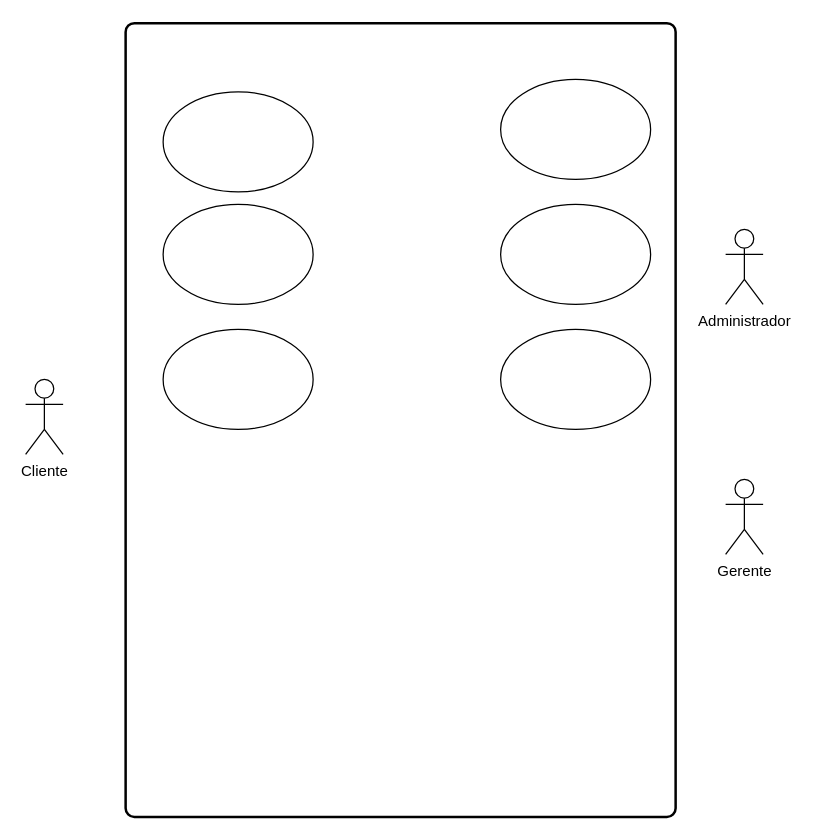
This is page "Casos de uso" (2 of 3) of apresentação dia 20/Sistema de Fármacia.drawio from LordKz/DiagramasDeRequisitos, a draw.io file, before an edit. Source tidied: cells renumbered, new cells numbered last; positions are measured from the earlier drawing's top-left corner, leaving out a move shared by most shapes. Both pictures are drawn from the tidied source at 125%, with x=0, y=0 at pixel (25, 22).
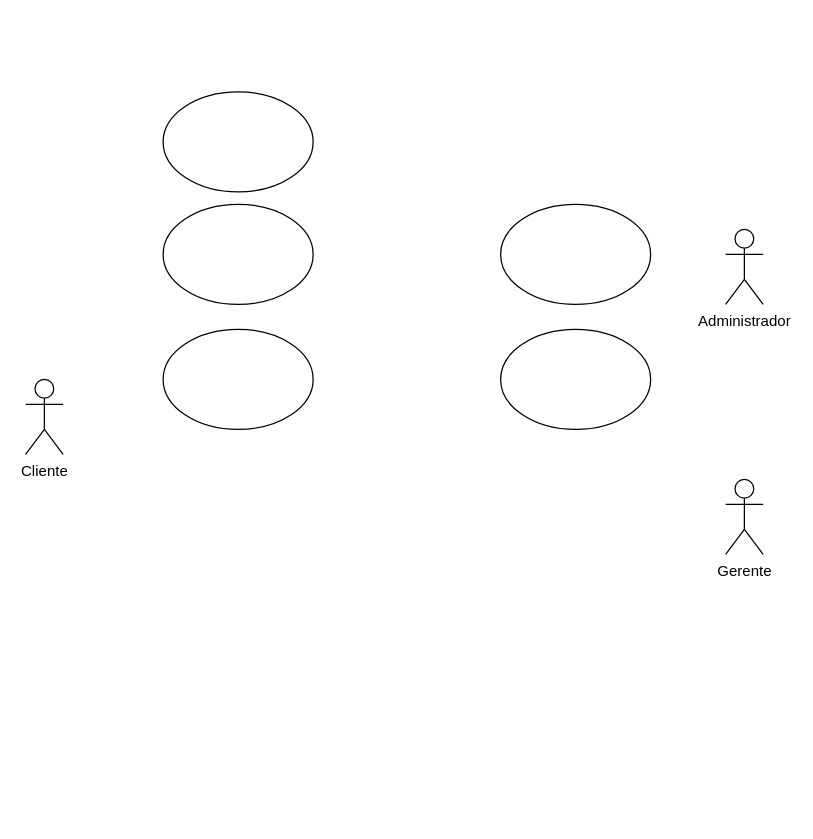
After the change.

Change to the diagram source:
```diff
@@
 <mxGraphModel>
   <root>
     <mxCell id="0" />
     <mxCell id="1" parent="0" />
     <mxCell id="2" value="Administrador" style="shape=umlActor;verticalLabelPosition=bottom;verticalAlign=top;html=1;" parent="1" vertex="1">
       <mxGeometry x="560" y="165" width="30" height="60" as="geometry" />
     </mxCell>
     <mxCell id="3" value="Cliente" style="shape=umlActor;verticalLabelPosition=bottom;verticalAlign=top;html=1;" parent="1" vertex="1">
       <mxGeometry y="285" width="30" height="60" as="geometry" />
     </mxCell>
     <mxCell id="4" value="Gerente" style="shape=umlActor;verticalLabelPosition=bottom;verticalAlign=top;html=1;" parent="1" vertex="1">
       <mxGeometry x="560" y="365" width="30" height="60" as="geometry" />
     </mxCell>
-    <mxCell id="5" style="rounded=1;whiteSpace=wrap;html=1;absoluteArcSize=1;arcSize=14;strokeWidth=2;" parent="1" vertex="1">
-      <mxGeometry x="80" width="440" height="635" as="geometry" />
-    </mxCell>
     <mxCell id="6" style="ellipse;whiteSpace=wrap;html=1;" parent="1" vertex="1">
       <mxGeometry x="110" y="55" width="120" height="80" as="geometry" />
     </mxCell>
-    <mxCell id="7" style="ellipse;whiteSpace=wrap;html=1;" parent="1" vertex="1">
-      <mxGeometry x="380" y="45" width="120" height="80" as="geometry" />
-    </mxCell>
     <mxCell id="8" style="ellipse;whiteSpace=wrap;html=1;" parent="1" vertex="1">
       <mxGeometry x="110" y="145" width="120" height="80" as="geometry" />
     </mxCell>
     <mxCell id="9" style="ellipse;whiteSpace=wrap;html=1;" parent="1" vertex="1">
       <mxGeometry x="380" y="145" width="120" height="80" as="geometry" />
     </mxCell>
     <mxCell id="10" style="ellipse;whiteSpace=wrap;html=1;" parent="1" vertex="1">
       <mxGeometry x="110" y="245" width="120" height="80" as="geometry" />
     </mxCell>
     <mxCell id="11" style="ellipse;whiteSpace=wrap;html=1;" parent="1" vertex="1">
       <mxGeometry x="380" y="245" width="120" height="80" as="geometry" />
     </mxCell>
   </root>
 </mxGraphModel>
```
